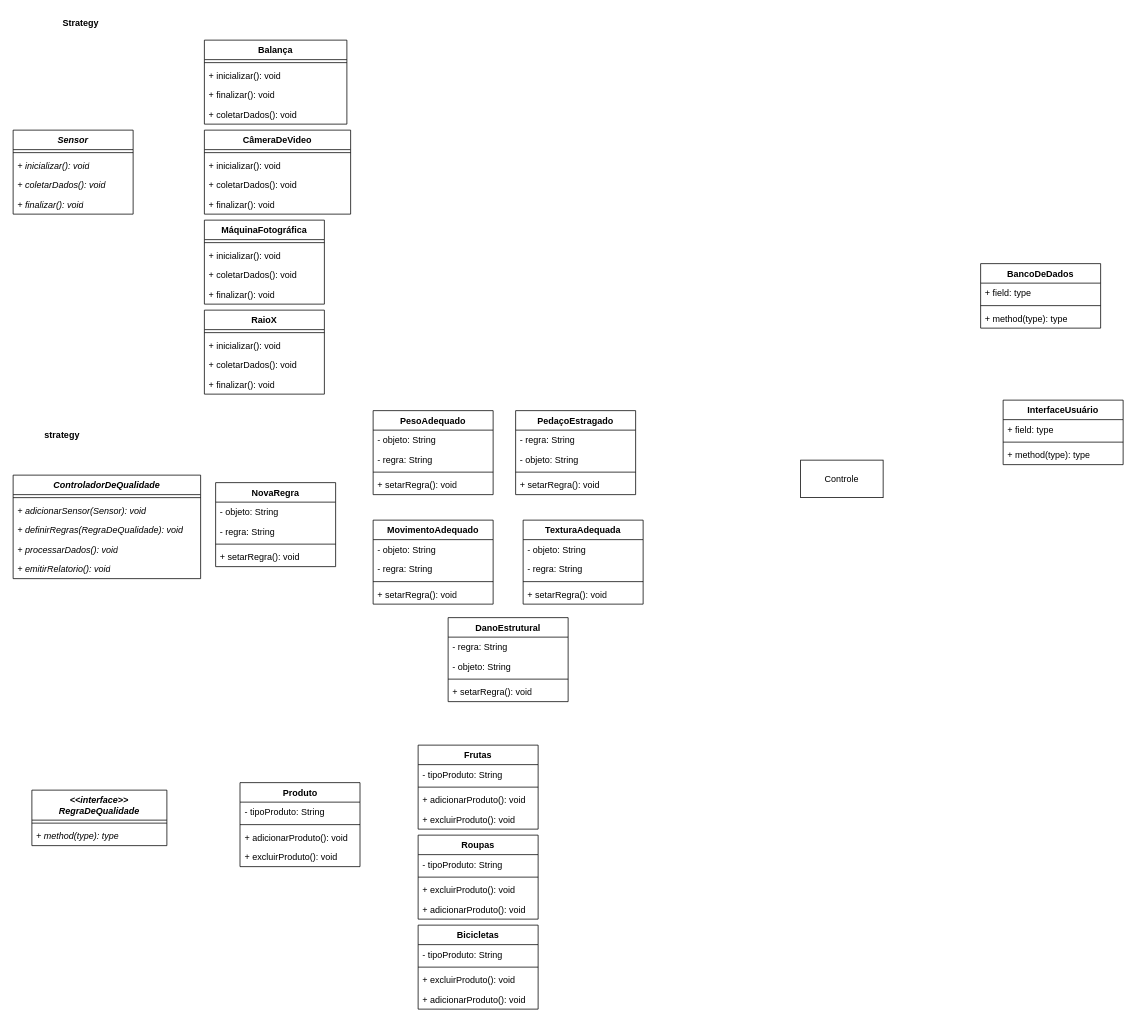
Above: frameworkPOO.drawio in SamanthaMiyahira/POO_coursera (draw.io), before the change. Source tidied: cells renumbered, new cells numbered last; positions are measured from the earlier drawing's top-left corner, leaving out a move shared by most shapes. Both pictures are drawn from the tidied source at 75%, with x=0, y=0 at pixel (13, 13).
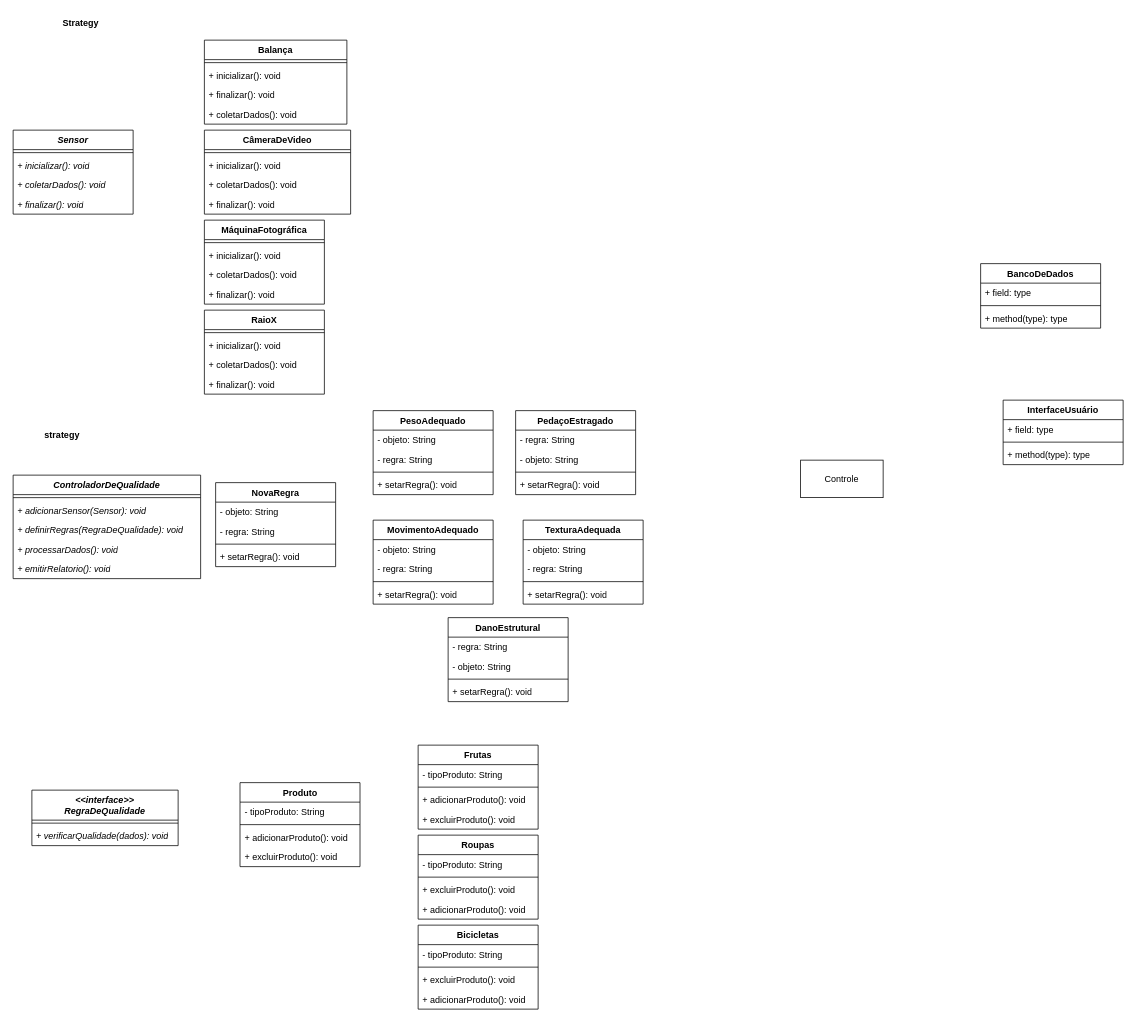
The same diagram, later.

Diff of the diagram source:
```diff
@@
     <mxCell id="94" value="&lt;i&gt;&amp;lt;&amp;lt;interface&amp;gt;&amp;gt;&lt;br&gt;RegraDeQualidade&lt;/i&gt;" style="swimlane;fontStyle=1;align=center;verticalAlign=top;horizontal=1;startSize=40;whiteSpace=wrap;html=1;" parent="1" vertex="1">
-      <mxGeometry x="25" y="1036" width="180" height="74" as="geometry" />
+      <mxGeometry x="25" y="1036" width="195" height="74" as="geometry" />
     </mxCell>
     <mxCell id="95" style="line;strokeWidth=1;fillColor=none;align=left;verticalAlign=middle;spacingTop=-1;spacingLeft=3;spacingRight=3;labelPosition=right;strokeColor=inherit;" parent="94" vertex="1">
-      <mxGeometry y="40" width="180" height="8" as="geometry" />
+      <mxGeometry y="40" width="195" height="8" as="geometry" />
     </mxCell>
-    <mxCell id="96" value="&lt;i&gt;+ method(type): type&lt;/i&gt;" style="text;strokeColor=none;fillColor=none;align=left;verticalAlign=top;spacingLeft=4;spacingRight=4;overflow=hidden;whiteSpace=wrap;html=1;" parent="94" vertex="1">
-      <mxGeometry y="48" width="180" height="26" as="geometry" />
+    <mxCell id="96" value="&lt;i&gt;+ verificarQualidade(dados): void&lt;/i&gt;" style="text;strokeColor=none;fillColor=none;align=left;verticalAlign=top;spacingLeft=4;spacingRight=4;overflow=hidden;whiteSpace=wrap;html=1;" parent="94" vertex="1">
+      <mxGeometry y="48" width="195" height="26" as="geometry" />
     </mxCell>
```
